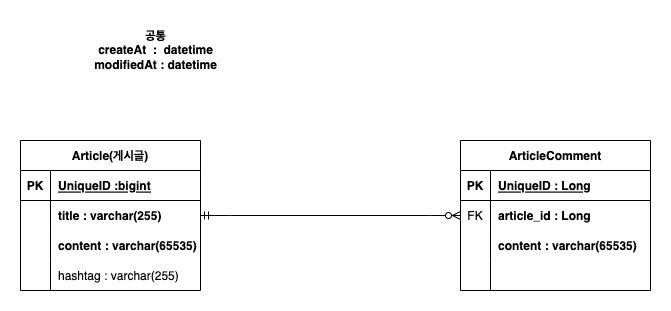
This is document/NormalBoard.drawio.png from impati/normalBoardProject, a draw.io export, as it was before one commit. Source tidied: cells renumbered, new cells last; positions are measured from the earlier drawing's top-left corner, leaving out a move shared by most shapes. The source it was exported from:
```xml
<mxGraphModel>
  <root>
    <mxCell id="0" />
    <mxCell id="1" parent="0" />
    <mxCell id="2" value="Article(게시글)" style="shape=table;startSize=30;rowLines=0;fontStyle=1;align=center;" parent="1" vertex="1">
      <mxGeometry y="120" width="180" height="150" as="geometry" />
    </mxCell>
    <mxCell id="3" style="shape=tableRow;horizontal=0;startSize=0;swimlaneHead=0;swimlaneBody=0;fillColor=none;top=0;left=0;right=0;bottom=1;" parent="2" vertex="1">
      <mxGeometry y="30" width="180" height="30" as="geometry" />
    </mxCell>
    <mxCell id="4" value="PK" style="shape=partialRectangle;fillColor=none;top=0;left=0;bottom=0;right=0;fontStyle=1;overflow=hidden;" parent="3" vertex="1">
      <mxGeometry width="30" height="30" as="geometry" />
    </mxCell>
    <mxCell id="5" value="UniqueID :bigint" style="shape=partialRectangle;fillColor=none;top=0;left=0;bottom=0;right=0;align=left;spacingLeft=6;fontStyle=5;overflow=hidden;" parent="3" vertex="1">
      <mxGeometry x="30" width="150" height="30" as="geometry" />
    </mxCell>
    <mxCell id="6" style="shape=tableRow;horizontal=0;startSize=0;swimlaneHead=0;swimlaneBody=0;fillColor=none;points=[[0,0.5],[1,0.5]];portConstraint=eastwest;top=0;left=0;right=0;bottom=0;" parent="2" vertex="1">
      <mxGeometry y="60" width="180" height="30" as="geometry" />
    </mxCell>
    <mxCell id="7" style="shape=partialRectangle;fillColor=none;top=0;left=0;bottom=0;right=0;overflow=hidden;" parent="6" vertex="1">
      <mxGeometry width="30" height="30" as="geometry" />
    </mxCell>
    <mxCell id="8" value="title : varchar(255)" style="shape=partialRectangle;fillColor=none;top=0;left=0;bottom=0;right=0;align=left;spacingLeft=6;overflow=hidden;fontStyle=1;" parent="6" vertex="1">
      <mxGeometry x="30" width="150" height="30" as="geometry" />
    </mxCell>
    <mxCell id="9" style="shape=tableRow;horizontal=0;startSize=0;swimlaneHead=0;swimlaneBody=0;fillColor=none;top=0;left=0;right=0;bottom=0;" parent="2" vertex="1">
      <mxGeometry y="90" width="180" height="30" as="geometry" />
    </mxCell>
    <mxCell id="10" style="shape=partialRectangle;fillColor=none;top=0;left=0;bottom=0;right=0;overflow=hidden;" parent="9" vertex="1">
      <mxGeometry width="30" height="30" as="geometry" />
    </mxCell>
    <mxCell id="11" value="content : varchar(65535)" style="shape=partialRectangle;fillColor=none;top=0;left=0;bottom=0;right=0;align=left;spacingLeft=6;overflow=hidden;fontStyle=1;" parent="9" vertex="1">
      <mxGeometry x="30" width="150" height="30" as="geometry" />
    </mxCell>
    <mxCell id="12" style="shape=tableRow;horizontal=0;startSize=0;swimlaneHead=0;swimlaneBody=0;fillColor=none;points=[[0,0.5],[1,0.5]];portConstraint=eastwest;top=0;left=0;right=0;bottom=0;" parent="2" vertex="1">
      <mxGeometry y="120" width="180" height="30" as="geometry" />
    </mxCell>
    <mxCell id="13" style="shape=partialRectangle;fillColor=none;top=0;left=0;bottom=0;right=0;overflow=hidden;" parent="12" vertex="1">
      <mxGeometry width="30" height="30" as="geometry" />
    </mxCell>
    <mxCell id="14" value="hashtag : varchar(255)" style="shape=partialRectangle;fillColor=none;top=0;left=0;bottom=0;right=0;align=left;spacingLeft=6;overflow=hidden;" parent="12" vertex="1">
      <mxGeometry x="30" width="150" height="30" as="geometry" />
    </mxCell>
    <mxCell id="15" value="&lt;b&gt;공통&lt;br&gt;createAt&amp;nbsp; :&amp;nbsp; datetime&lt;br&gt;modifiedAt : datetime&lt;/b&gt;" style="text;html=1;align=center;verticalAlign=middle;strokeColor=none;fillColor=none;" parent="1" vertex="1">
      <mxGeometry x="60" width="150" height="60" as="geometry" />
    </mxCell>
    <mxCell id="16" value="ArticleComment" style="shape=table;startSize=30;rowLines=0;fontStyle=1;align=center;" parent="1" vertex="1">
      <mxGeometry x="440" y="120" width="190" height="150" as="geometry" />
    </mxCell>
    <mxCell id="17" style="shape=tableRow;horizontal=0;startSize=0;swimlaneHead=0;swimlaneBody=0;fillColor=none;top=0;left=0;right=0;bottom=1;" parent="16" vertex="1">
      <mxGeometry y="30" width="190" height="30" as="geometry" />
    </mxCell>
    <mxCell id="18" value="PK" style="shape=partialRectangle;fillColor=none;top=0;left=0;bottom=0;right=0;fontStyle=1;overflow=hidden;" parent="17" vertex="1">
      <mxGeometry width="30" height="30" as="geometry" />
    </mxCell>
    <mxCell id="19" value="UniqueID : Long" style="shape=partialRectangle;fillColor=none;top=0;left=0;bottom=0;right=0;align=left;spacingLeft=6;fontStyle=5;overflow=hidden;" parent="17" vertex="1">
      <mxGeometry x="30" width="160" height="30" as="geometry" />
    </mxCell>
    <mxCell id="20" style="shape=tableRow;horizontal=0;startSize=0;swimlaneHead=0;swimlaneBody=0;fillColor=none;points=[[0,0.5],[1,0.5]];portConstraint=eastwest;top=0;left=0;right=0;bottom=0;" parent="16" vertex="1">
      <mxGeometry y="60" width="190" height="30" as="geometry" />
    </mxCell>
    <mxCell id="21" value="FK" style="shape=partialRectangle;fillColor=none;top=0;left=0;bottom=0;right=0;overflow=hidden;" parent="20" vertex="1">
      <mxGeometry width="30" height="30" as="geometry" />
    </mxCell>
    <mxCell id="22" value="article_id : Long" style="shape=partialRectangle;fillColor=none;top=0;left=0;bottom=0;right=0;align=left;spacingLeft=6;overflow=hidden;fontStyle=1;" parent="20" vertex="1">
      <mxGeometry x="30" width="160" height="30" as="geometry" />
    </mxCell>
    <mxCell id="23" style="shape=tableRow;horizontal=0;startSize=0;swimlaneHead=0;swimlaneBody=0;fillColor=none;points=[[0,0.5],[1,0.5]];portConstraint=eastwest;top=0;left=0;right=0;bottom=0;" parent="16" vertex="1">
      <mxGeometry y="90" width="190" height="30" as="geometry" />
    </mxCell>
    <mxCell id="24" style="shape=partialRectangle;fillColor=none;top=0;left=0;bottom=0;right=0;overflow=hidden;" parent="23" vertex="1">
      <mxGeometry width="30" height="30" as="geometry" />
    </mxCell>
    <mxCell id="25" value="content : varchar(65535)" style="shape=partialRectangle;fillColor=none;top=0;left=0;bottom=0;right=0;align=left;spacingLeft=6;overflow=hidden;fontStyle=1;" parent="23" vertex="1">
      <mxGeometry x="30" width="160" height="30" as="geometry" />
    </mxCell>
    <mxCell id="26" style="shape=tableRow;horizontal=0;startSize=0;swimlaneHead=0;swimlaneBody=0;fillColor=none;top=0;left=0;right=0;bottom=0;" parent="16" vertex="1">
      <mxGeometry y="120" width="190" height="30" as="geometry" />
    </mxCell>
    <mxCell id="27" style="shape=partialRectangle;fillColor=none;top=0;left=0;bottom=0;right=0;overflow=hidden;" parent="26" vertex="1">
      <mxGeometry width="30" height="30" as="geometry" />
    </mxCell>
    <mxCell id="28" style="shape=partialRectangle;fillColor=none;top=0;left=0;bottom=0;right=0;align=left;spacingLeft=6;overflow=hidden;" parent="26" vertex="1">
      <mxGeometry x="30" width="160" height="30" as="geometry" />
    </mxCell>
    <mxCell id="29" style="edgeStyle=entityRelationEdgeStyle;fontSize=12;html=1;endArrow=ERzeroToMany;startArrow=ERmandOne;rounded=0;exitX=1;exitY=0.5;exitDx=0;exitDy=0;entryX=0;entryY=0.5;entryDx=0;entryDy=0;" parent="1" edge="1" source="6" target="20">
      <mxGeometry relative="1" as="geometry" />
    </mxCell>
  </root>
</mxGraphModel>
```
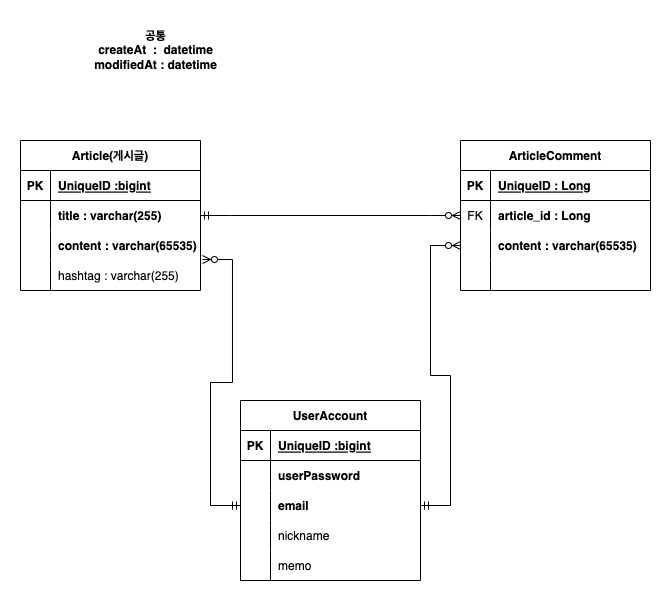
The same file after the commit.

What changed in the source:
```diff
@@ -86,5 +86,59 @@
     <mxCell id="29" style="edgeStyle=entityRelationEdgeStyle;fontSize=12;html=1;endArrow=ERzeroToMany;startArrow=ERmandOne;rounded=0;exitX=1;exitY=0.5;exitDx=0;exitDy=0;entryX=0;entryY=0.5;entryDx=0;entryDy=0;" parent="1" edge="1" source="6" target="20">
       <mxGeometry relative="1" as="geometry" />
     </mxCell>
+    <mxCell id="30" value="UserAccount" style="shape=table;startSize=30;rowLines=0;fontStyle=1;align=center;" parent="1" vertex="1">
+      <mxGeometry x="220" y="380" width="180" height="180" as="geometry" />
+    </mxCell>
+    <mxCell id="31" style="shape=tableRow;horizontal=0;startSize=0;swimlaneHead=0;swimlaneBody=0;fillColor=none;top=0;left=0;right=0;bottom=1;" parent="30" vertex="1">
+      <mxGeometry y="30" width="180" height="30" as="geometry" />
+    </mxCell>
+    <mxCell id="32" value="PK" style="shape=partialRectangle;fillColor=none;top=0;left=0;bottom=0;right=0;fontStyle=1;overflow=hidden;" parent="31" vertex="1">
+      <mxGeometry width="30" height="30" as="geometry" />
+    </mxCell>
+    <mxCell id="33" value="UniqueID :bigint" style="shape=partialRectangle;fillColor=none;top=0;left=0;bottom=0;right=0;align=left;spacingLeft=6;fontStyle=5;overflow=hidden;" parent="31" vertex="1">
+      <mxGeometry x="30" width="150" height="30" as="geometry" />
+    </mxCell>
+    <mxCell id="34" style="shape=tableRow;horizontal=0;startSize=0;swimlaneHead=0;swimlaneBody=0;fillColor=none;top=0;left=0;right=0;bottom=0;" parent="30" vertex="1">
+      <mxGeometry y="60" width="180" height="30" as="geometry" />
+    </mxCell>
+    <mxCell id="35" style="shape=partialRectangle;fillColor=none;top=0;left=0;bottom=0;right=0;overflow=hidden;" parent="34" vertex="1">
+      <mxGeometry width="30" height="30" as="geometry" />
+    </mxCell>
+    <mxCell id="36" value="userPassword" style="shape=partialRectangle;fillColor=none;top=0;left=0;bottom=0;right=0;align=left;spacingLeft=6;overflow=hidden;fontStyle=1;" parent="34" vertex="1">
+      <mxGeometry x="30" width="150" height="30" as="geometry" />
+    </mxCell>
+    <mxCell id="37" style="shape=tableRow;horizontal=0;startSize=0;swimlaneHead=0;swimlaneBody=0;fillColor=none;points=[[0,0.5],[1,0.5]];portConstraint=eastwest;top=0;left=0;right=0;bottom=0;" parent="30" vertex="1">
+      <mxGeometry y="90" width="180" height="30" as="geometry" />
+    </mxCell>
+    <mxCell id="38" style="shape=partialRectangle;fillColor=none;top=0;left=0;bottom=0;right=0;overflow=hidden;" parent="37" vertex="1">
+      <mxGeometry width="30" height="30" as="geometry" />
+    </mxCell>
+    <mxCell id="39" value="email" style="shape=partialRectangle;fillColor=none;top=0;left=0;bottom=0;right=0;align=left;spacingLeft=6;overflow=hidden;fontStyle=1;" parent="37" vertex="1">
+      <mxGeometry x="30" width="150" height="30" as="geometry" />
+    </mxCell>
+    <mxCell id="40" style="shape=tableRow;horizontal=0;startSize=0;swimlaneHead=0;swimlaneBody=0;fillColor=none;top=0;left=0;right=0;bottom=0;" parent="30" vertex="1">
+      <mxGeometry y="120" width="180" height="30" as="geometry" />
+    </mxCell>
+    <mxCell id="41" style="shape=partialRectangle;fillColor=none;top=0;left=0;bottom=0;right=0;overflow=hidden;" parent="40" vertex="1">
+      <mxGeometry width="30" height="30" as="geometry" />
+    </mxCell>
+    <mxCell id="42" value="nickname" style="shape=partialRectangle;fillColor=none;top=0;left=0;bottom=0;right=0;align=left;spacingLeft=6;overflow=hidden;" parent="40" vertex="1">
+      <mxGeometry x="30" width="150" height="30" as="geometry" />
+    </mxCell>
+    <mxCell id="43" style="shape=tableRow;horizontal=0;startSize=0;swimlaneHead=0;swimlaneBody=0;fillColor=none;top=0;left=0;right=0;bottom=0;" parent="30" vertex="1">
+      <mxGeometry y="150" width="180" height="30" as="geometry" />
+    </mxCell>
+    <mxCell id="44" style="shape=partialRectangle;fillColor=none;top=0;left=0;bottom=0;right=0;overflow=hidden;" parent="43" vertex="1">
+      <mxGeometry width="30" height="30" as="geometry" />
+    </mxCell>
+    <mxCell id="45" value="memo" style="shape=partialRectangle;fillColor=none;top=0;left=0;bottom=0;right=0;align=left;spacingLeft=6;overflow=hidden;" parent="43" vertex="1">
+      <mxGeometry x="30" width="150" height="30" as="geometry" />
+    </mxCell>
+    <mxCell id="46" style="edgeStyle=entityRelationEdgeStyle;fontSize=12;html=1;endArrow=ERzeroToMany;startArrow=ERmandOne;rounded=0;exitX=0;exitY=0.5;exitDx=0;exitDy=0;entryX=1.011;entryY=-0.033;entryDx=0;entryDy=0;entryPerimeter=0;" parent="1" edge="1" source="37" target="12">
+      <mxGeometry relative="1" as="geometry" />
+    </mxCell>
+    <mxCell id="47" style="edgeStyle=entityRelationEdgeStyle;fontSize=12;html=1;endArrow=ERzeroToMany;startArrow=ERmandOne;rounded=0;exitX=1;exitY=0.5;exitDx=0;exitDy=0;entryX=0;entryY=0.5;entryDx=0;entryDy=0;" parent="1" edge="1" source="37" target="23">
+      <mxGeometry relative="1" as="geometry" />
+    </mxCell>
   </root>
 </mxGraphModel>
```
